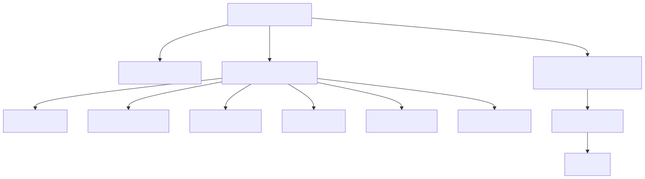
KnightNight101/UoR_APP keeps this Mermaid diagram as Project_APP/Report/png_files/main_py_architecture.png. Above is the earlier version. Its source is kept beside it as Project_APP/Documentation/mermaid_svgs/main_py_architecture.mmd. Its diagram source:
```mermaid
flowchart TD
A[main.py Entry Point] -->|Initializes| B[ProjectFileManager]
B -->|Sets up| B1[Directories & Git Repos]
B -->|Starts| B2[File Watchdog VCS]
B2 -->|AutoCommit_LLM_Summary| B3[LLM API]
A -->|Creates| C[QApplication & QQmlApplicationEngine]
A -->|Exposes| D[QML Context Properties]
D --> E[AuthManager]
D --> F[DashboardManager]
D --> G[ProjectManager]
D --> H[UserManager]
D --> I[LogEventBridge]
D --> J[LoadingManager]
D --> M[LoginManager]
E -->|Authenticates| DB[Database]
F -->|Loads Projects/Tasks| DB
G -->|CRUD Projects/Tasks/Subtasks| DB
H -->|Manages Users| DB
I -->|Logs Events| DB
J -->|Tracks Loading State| QML
C --> K[Loads Main.qml]
K --> L[QML UI]
L -->|Interacts via Signals/Slots| D
```
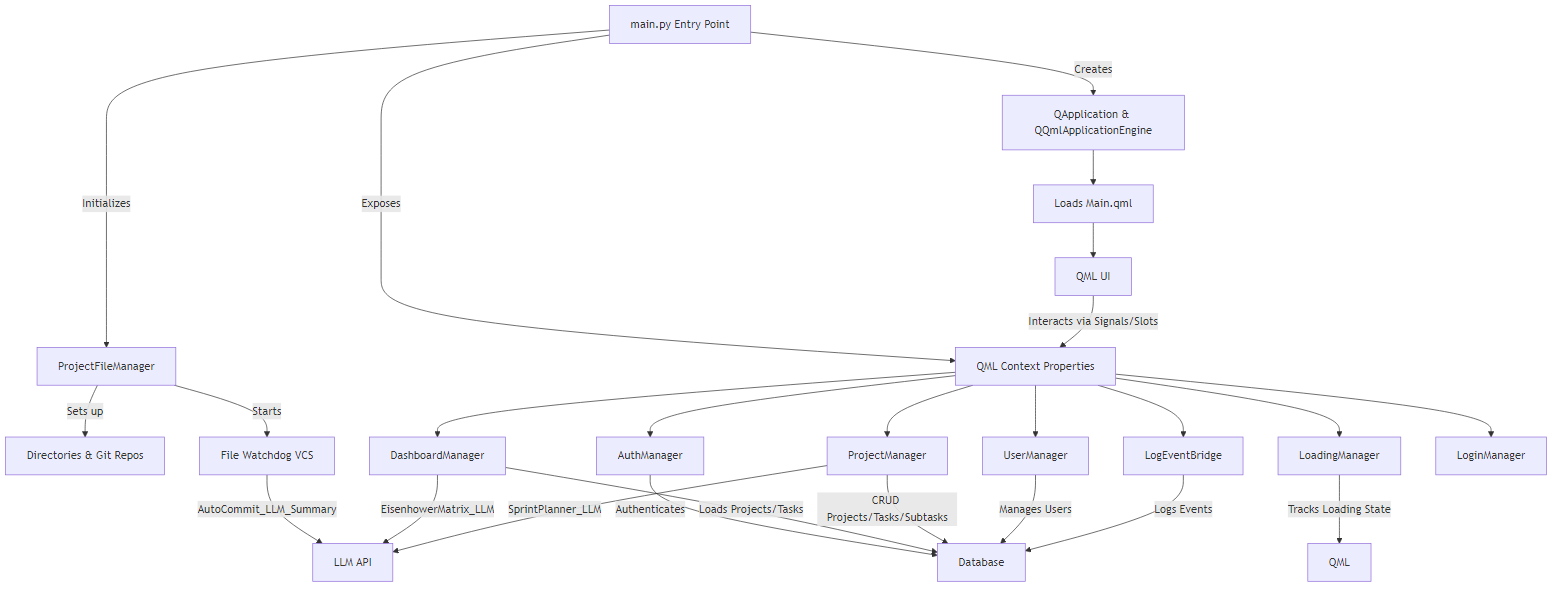
The same file after the commit.

Diff of the diagram source:
```diff
@@ -8,6 +8,8 @@
 D --> E[AuthManager]
 D --> F[DashboardManager]
 D --> G[ProjectManager]
+F -->|EisenhowerMatrix_LLM| B3
+G -->|SprintPlanner_LLM| B3
 D --> H[UserManager]
 D --> I[LogEventBridge]
 D --> J[LoadingManager]
```
